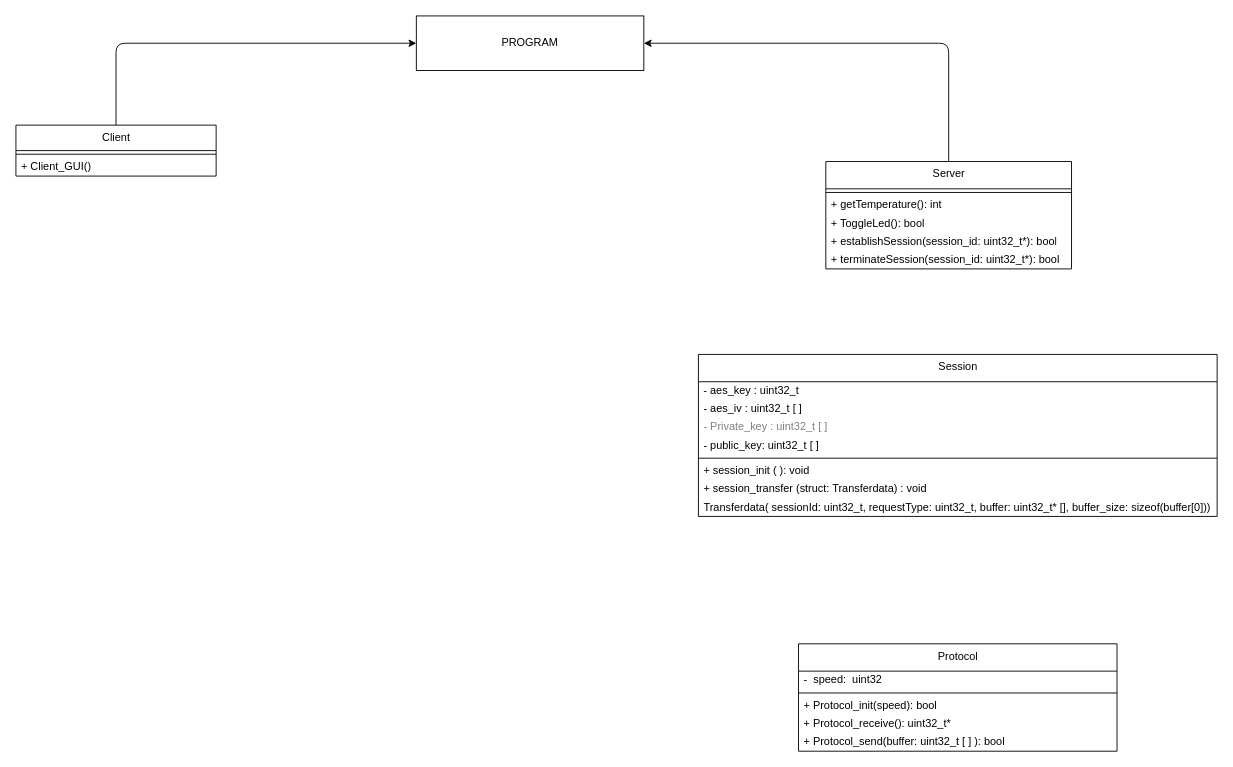
Before: docs/diagram.drawio in nkkyviv/Security, a draw.io diagram. Source tidied: cells renumbered, new cells numbered last; positions are measured from the earlier drawing's top-left corner, leaving out a move shared by most shapes. Both pictures are drawn from the tidied source at 91%, with x=0, y=0 at pixel (15, 15).
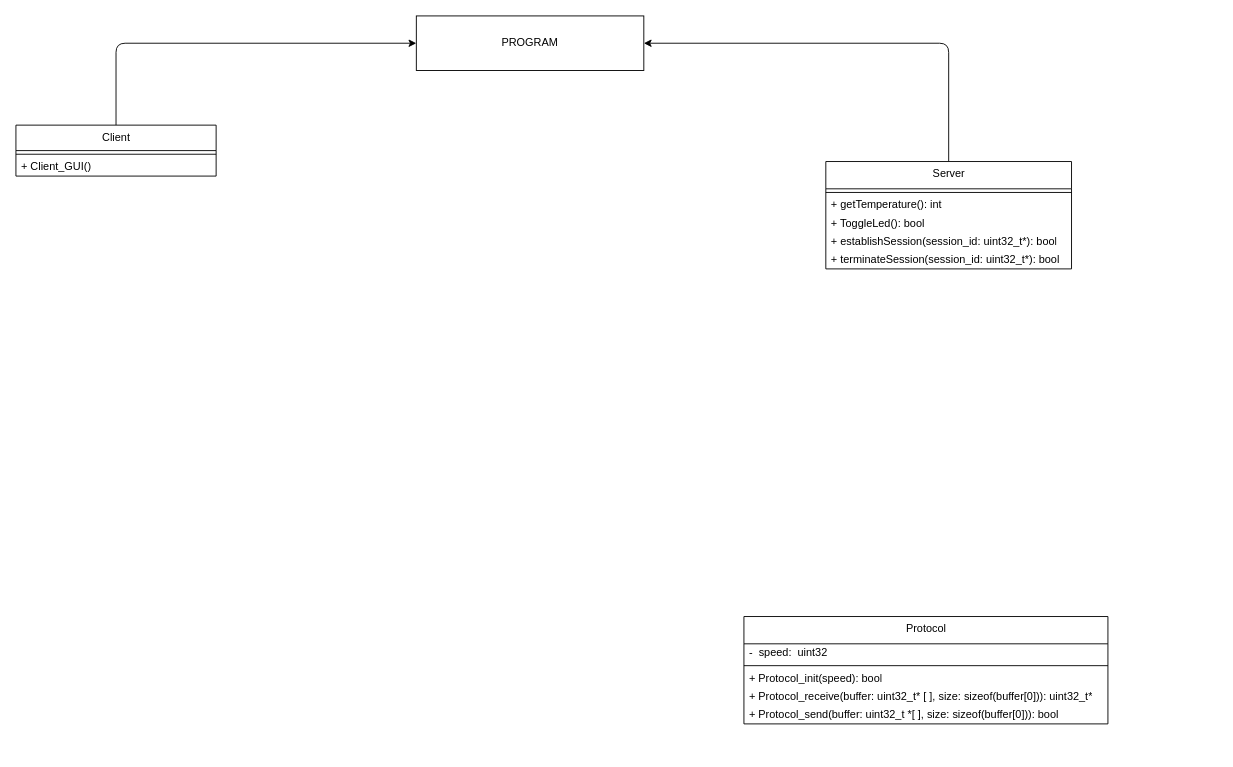
The same page after the edit.

Commit message:
improved my project design

The edit, as a diff of the source:
```diff
@@
-    <mxCell id="2" value="Protocol" style="swimlane;fontStyle=0;align=center;verticalAlign=top;horizontal=1;startSize=30;html=1;" parent="1" vertex="1">
-      <mxGeometry x="860" y="690" width="350" height="118" as="geometry" />
-    </mxCell>
-    <mxCell id="3" value="-&amp;nbsp; speed:&amp;nbsp; uint32" style="text;html=1;strokeColor=none;fillColor=none;align=left;verticalAlign=middle;spacingLeft=4;spacingRight=4;overflow=hidden;" parent="2" vertex="1">
-      <mxGeometry y="30" width="350" height="20" as="geometry" />
-    </mxCell>
-    <mxCell id="4" style="line;strokeWidth=1;fillColor=none;align=left;verticalAlign=middle;spacingTop=-1;spacingLeft=3;spacingRight=3;labelPosition=right;" parent="2" vertex="1">
-      <mxGeometry y="50" width="350" height="8" as="geometry" />
-    </mxCell>
-    <mxCell id="5" value="+ Protocol_init(speed): bool" style="text;html=1;strokeColor=none;fillColor=none;align=left;verticalAlign=middle;spacingLeft=4;spacingRight=4;overflow=hidden;" parent="2" vertex="1">
-      <mxGeometry y="58" width="350" height="20" as="geometry" />
-    </mxCell>
-    <mxCell id="6" value="+ Protocol_receive(): uint32_t*" style="text;html=1;strokeColor=none;fillColor=none;align=left;verticalAlign=middle;spacingLeft=4;spacingRight=4;overflow=hidden;" parent="2" vertex="1">
-      <mxGeometry y="78" width="350" height="20" as="geometry" />
-    </mxCell>
-    <mxCell id="7" value="+ Protocol_send(buffer: uint32_t [ ] ): bool" style="text;html=1;strokeColor=none;fillColor=none;align=left;verticalAlign=middle;spacingLeft=4;spacingRight=4;overflow=hidden;" parent="2" vertex="1">
-      <mxGeometry y="98" width="350" height="20" as="geometry" />
-    </mxCell>
@@
-    <mxCell id="20" value="Session" style="swimlane;fontStyle=0;align=center;verticalAlign=top;horizontal=1;startSize=30;html=1;" parent="1" vertex="1">
-      <mxGeometry x="750" y="372" width="570" height="178" as="geometry" />
-    </mxCell>
-    <mxCell id="21" value="- aes_key : uint32_t&amp;nbsp; &amp;nbsp; &amp;nbsp; &amp;nbsp; &amp;nbsp; &amp;nbsp; &amp;nbsp; &amp;nbsp; &amp;nbsp; &amp;nbsp; &amp;nbsp; &amp;nbsp; &amp;nbsp; &amp;nbsp; &amp;nbsp; &amp;nbsp; &amp;nbsp; &amp;nbsp; &amp;nbsp; &amp;nbsp; &amp;nbsp; &amp;nbsp; &amp;nbsp; &amp;nbsp; &amp;nbsp; &amp;nbsp; &amp;nbsp; &amp;nbsp; &amp;nbsp; &amp;nbsp; &amp;nbsp; &amp;nbsp; &amp;nbsp; &amp;nbsp; &amp;nbsp; &amp;nbsp; &amp;nbsp; &amp;nbsp; &amp;nbsp; &amp;nbsp; &amp;nbsp; &amp;nbsp; &amp;nbsp; &amp;nbsp; &amp;nbsp; &amp;nbsp; &amp;nbsp; &amp;nbsp; &amp;nbsp; &amp;nbsp; &amp;nbsp; &amp;nbsp; &amp;nbsp; &amp;nbsp; &amp;nbsp; &amp;nbsp; &amp;nbsp; &amp;nbsp; &amp;nbsp; &amp;nbsp; &amp;nbsp; &amp;nbsp; &amp;nbsp; &amp;nbsp; &amp;nbsp; &amp;nbsp; &amp;nbsp; &amp;nbsp;&amp;nbsp;" style="text;html=1;strokeColor=none;fillColor=none;align=center;verticalAlign=middle;spacingLeft=4;spacingRight=4;overflow=hidden;" parent="20" vertex="1">
-      <mxGeometry y="30" width="570" height="20" as="geometry" />
-    </mxCell>
-    <mxCell id="22" value="- aes_iv : uint32_t [ ]" style="text;html=1;strokeColor=none;fillColor=none;align=left;verticalAlign=middle;spacingLeft=4;spacingRight=4;overflow=hidden;" parent="20" vertex="1">
-      <mxGeometry y="50" width="570" height="20" as="geometry" />
-    </mxCell>
-    <mxCell id="23" value="- Private_key : uint32_t [ ]" style="text;html=1;strokeColor=none;fillColor=none;align=left;verticalAlign=middle;spacingLeft=4;spacingRight=4;overflow=hidden;fontColor=#808080;" parent="20" vertex="1">
-      <mxGeometry y="70" width="570" height="20" as="geometry" />
-    </mxCell>
-    <mxCell id="24" value="- public_key: uint32_t [ ]" style="text;html=1;strokeColor=none;fillColor=none;align=left;verticalAlign=middle;spacingLeft=4;spacingRight=4;overflow=hidden;" parent="20" vertex="1">
-      <mxGeometry y="90" width="570" height="20" as="geometry" />
-    </mxCell>
-    <mxCell id="25" style="line;strokeWidth=1;fillColor=none;align=left;verticalAlign=middle;spacingTop=-1;spacingLeft=3;spacingRight=3;labelPosition=right;" parent="20" vertex="1">
-      <mxGeometry y="110" width="570" height="8" as="geometry" />
-    </mxCell>
-    <mxCell id="26" value="+ session_init ( ): void" style="text;html=1;strokeColor=none;fillColor=none;align=left;verticalAlign=middle;spacingLeft=4;spacingRight=4;overflow=hidden;" parent="20" vertex="1">
-      <mxGeometry y="118" width="570" height="20" as="geometry" />
-    </mxCell>
-    <mxCell id="27" value="+ session_transfer (struct: Transferdata) : void" style="text;html=1;strokeColor=none;fillColor=none;align=left;verticalAlign=middle;spacingLeft=4;spacingRight=4;overflow=hidden;" parent="20" vertex="1">
-      <mxGeometry y="138" width="570" height="20" as="geometry" />
-    </mxCell>
-    <mxCell id="28" value="Transferdata( sessionId: uint32_t, requestType: uint32_t, buffer: uint32_t* [], buffer_size: sizeof(buffer[0]))" style="text;html=1;strokeColor=none;fillColor=none;align=left;verticalAlign=middle;spacingLeft=4;spacingRight=4;overflow=hidden;" parent="20" vertex="1">
-      <mxGeometry y="158" width="570" height="20" as="geometry" />
-    </mxCell>
+    <mxCell id="2" value="Protocol" style="swimlane;fontStyle=0;align=center;verticalAlign=top;horizontal=1;startSize=30;html=1;" parent="1" vertex="1">
+      <mxGeometry x="800" y="660" width="400" height="118" as="geometry" />
+    </mxCell>
+    <mxCell id="3" value="-&amp;nbsp; speed:&amp;nbsp; uint32" style="text;html=1;strokeColor=none;fillColor=none;align=left;verticalAlign=middle;spacingLeft=4;spacingRight=4;overflow=hidden;" parent="2" vertex="1">
+      <mxGeometry y="30" width="400" height="20" as="geometry" />
+    </mxCell>
+    <mxCell id="29" style="line;strokeWidth=1;fillColor=none;align=left;verticalAlign=middle;spacingTop=-1;spacingLeft=3;spacingRight=3;labelPosition=right;" parent="2" vertex="1">
+      <mxGeometry y="50" width="400" height="8" as="geometry" />
+    </mxCell>
+    <mxCell id="5" value="+ Protocol_init(speed): bool" style="text;html=1;strokeColor=none;fillColor=none;align=left;verticalAlign=middle;spacingLeft=4;spacingRight=4;overflow=hidden;" parent="2" vertex="1">
+      <mxGeometry y="58" width="400" height="20" as="geometry" />
+    </mxCell>
+    <mxCell id="30" value="+ Protocol_receive(buffer: uint32_t* [ ], size: sizeof(buffer[0])): uint32_t*" style="text;html=1;strokeColor=none;fillColor=none;align=left;verticalAlign=middle;spacingLeft=4;spacingRight=4;overflow=hidden;" parent="2" vertex="1">
+      <mxGeometry y="78" width="400" height="20" as="geometry" />
+    </mxCell>
+    <mxCell id="31" value="+ Protocol_send(buffer: uint32_t *[ ], size: sizeof(buffer[0])): bool" style="text;html=1;strokeColor=none;fillColor=none;align=left;verticalAlign=middle;spacingLeft=4;spacingRight=4;overflow=hidden;" parent="2" vertex="1">
+      <mxGeometry y="98" width="400" height="20" as="geometry" />
+    </mxCell>
```
